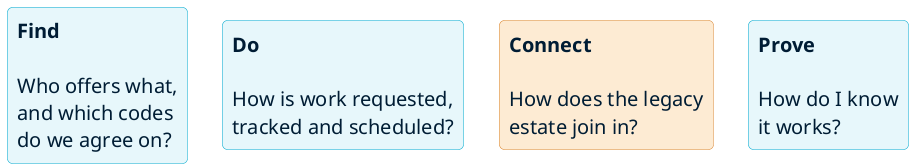
Above: 2026-10-29/2-FHIR-For-Services/slides/diagrams/services-families.png in aehrc/qh-connectathon (PlantUML), before the change.
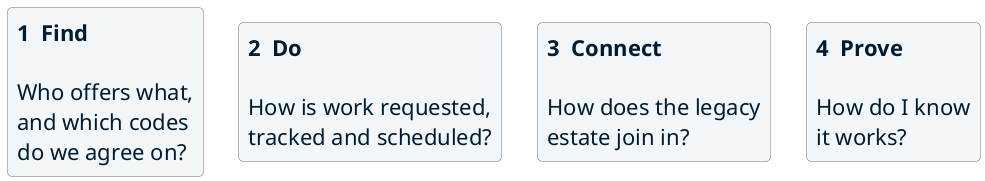
Later version of the same file.

Diff of the diagram source:
```diff
@@ -1,20 +1,15 @@
 @startuml services-families
-skinparam backgroundColor transparent
-skinparam shadowing false
-skinparam defaultFontName Calibri
-skinparam defaultFontSize 20
+!include palette.iuml
 skinparam rectangle {
-  FontColor #001D34
-  RoundCorner 10
-  BorderColor #00A9CE
-  BackgroundColor #E6F6FA
+  BackgroundColor #F2F7F9
+  BorderColor #757579
 }
+skinparam defaultFontSize 22
 
-rectangle "**Find**\n\nWho offers what,\nand which codes\ndo we agree on?" as F
-rectangle "**Do**\n\nHow is work requested,\ntracked and scheduled?" as D
-rectangle "**Connect**\n\nHow does the legacy\nestate join in?" as C #FDEBD3;line:D9822B
-rectangle "**Prove**\n\nHow do I know\nit works?" as P
-
+rectangle "**1  Find**\n\nWho offers what,\nand which codes\ndo we agree on?" as F
+rectangle "**2  Do**\n\nHow is work requested,\ntracked and scheduled?" as D
+rectangle "**3  Connect**\n\nHow does the legacy\nestate join in?" as C
+rectangle "**4  Prove**\n\nHow do I know\nit works?" as P
 F -[hidden]right- D
 D -[hidden]right- C
 C -[hidden]right- P
```
